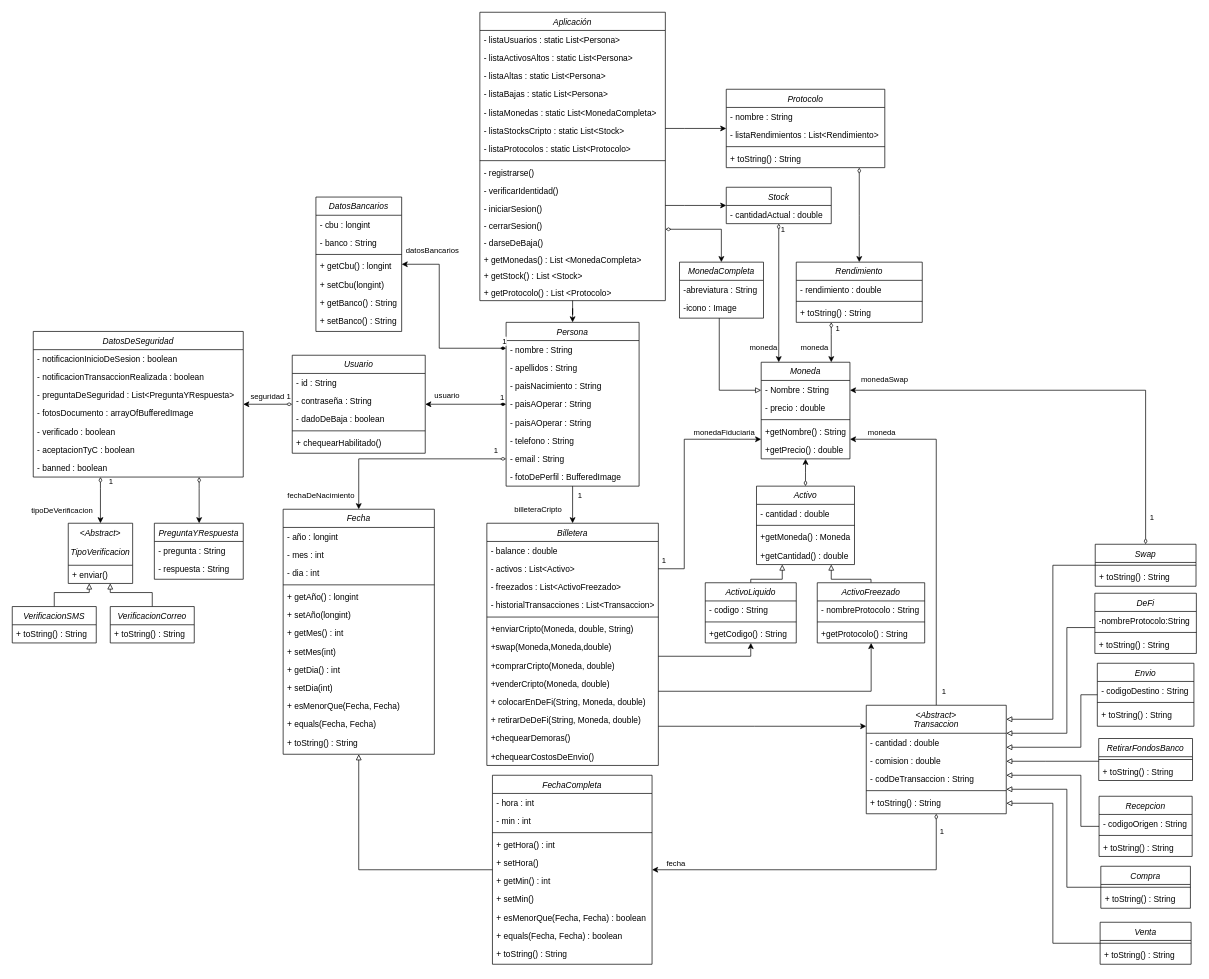
This is Diagrama.drawio from Faus142005/CriptoWallet, a draw.io file, before an edit. Source tidied: cells renumbered, new cells numbered last; positions are measured from the earlier drawing's top-left corner, leaving out a move shared by most shapes. Both pictures are drawn from the tidied source at 70%, with x=0, y=0 at pixel (12, 12).
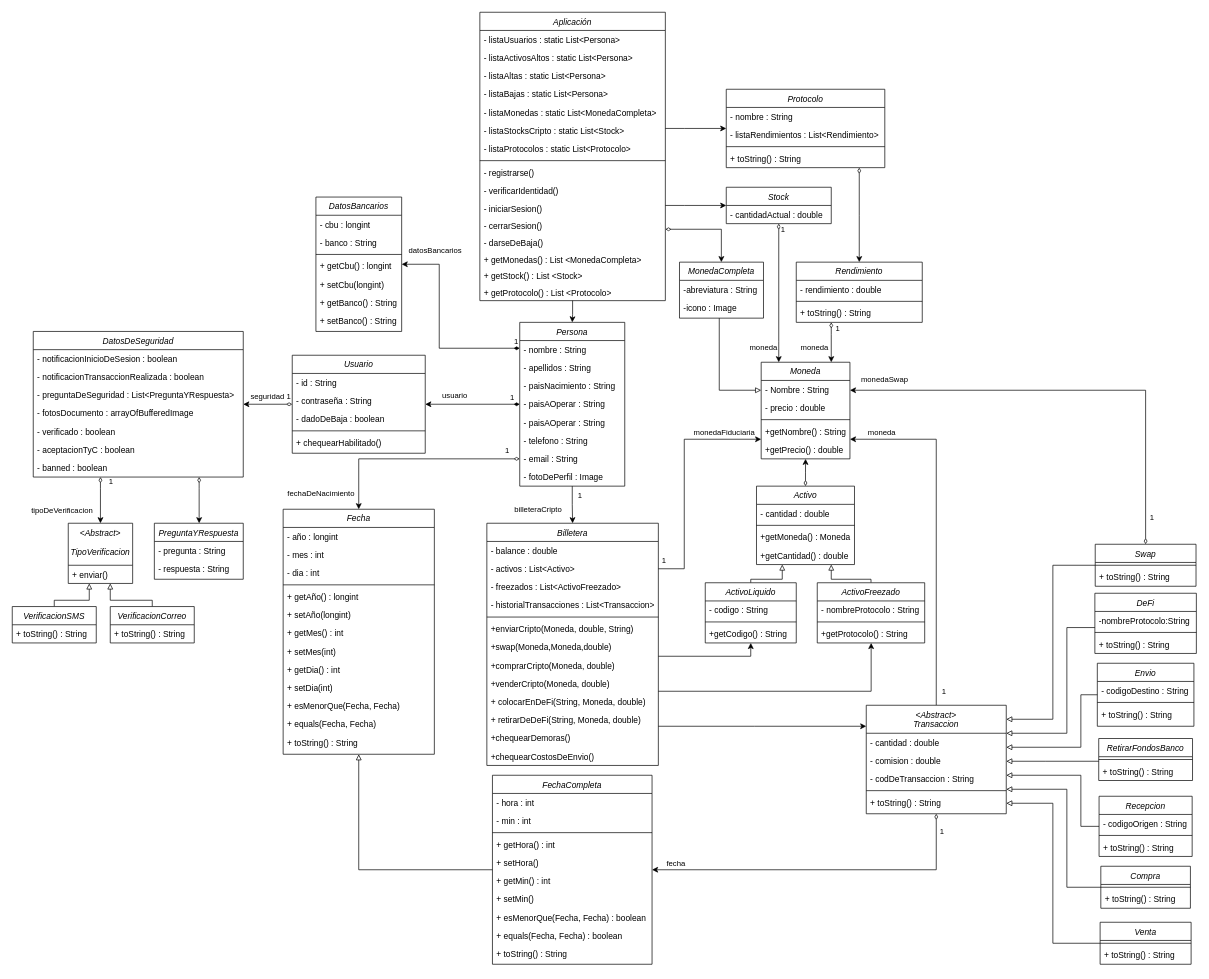
The same diagram, later.

The change refers to these unchanged cells:
```xml
<mxCell id="61" value="&lt;Abstract&gt;&#10;&#10;TipoVerificacion" style="swimlane;fontStyle=2;align=center;verticalAlign=top;horizontal=1;startSize=60;rounded=0;shadow=0;strokeWidth=1;fontSize=12;" parent="1" vertex="1">
  <mxGeometry x="80" y="730" width="92" height="86" as="geometry" />
</mxCell>
<mxCell id="64" value="VerificacionSMS" style="swimlane;fontStyle=2;align=center;verticalAlign=top;horizontal=1;startSize=26;rounded=0;shadow=0;strokeWidth=1;fontSize=12;" parent="1" vertex="1">
  <mxGeometry y="849" width="120" height="52" as="geometry" />
</mxCell>
<mxCell id="67" value="VerificacionCorreo" style="swimlane;fontStyle=2;align=center;verticalAlign=top;horizontal=1;startSize=26;rounded=0;shadow=0;strokeWidth=1;fontSize=12;labelBackgroundColor=default;" parent="1" vertex="1">
  <mxGeometry x="140" y="849" width="120" height="52" as="geometry" />
</mxCell>
```

The edit, as a diff of the source:
```diff
@@
     <mxCell id="29" value="Persona" style="swimlane;fontStyle=2;align=center;verticalAlign=top;horizontal=1;startSize=26;rounded=0;shadow=0;strokeWidth=1;fontSize=12;" parent="1" vertex="1">
-      <mxGeometry x="705.5" y="443" width="190" height="234" as="geometry" />
+      <mxGeometry x="725" y="443" width="150" height="234" as="geometry" />
     </mxCell>
     <mxCell id="30" value="- nombre : String" style="text;align=left;verticalAlign=top;spacingLeft=4;spacingRight=4;overflow=hidden;rounded=0;shadow=0;html=0;fontSize=12;" parent="29" vertex="1">
-      <mxGeometry y="26" width="190" height="26" as="geometry" />
+      <mxGeometry y="26" width="150" height="26" as="geometry" />
     </mxCell>
     <mxCell id="31" value="- apellidos : String" style="text;align=left;verticalAlign=top;spacingLeft=4;spacingRight=4;overflow=hidden;rounded=0;shadow=0;html=0;fontSize=12;" parent="29" vertex="1">
-      <mxGeometry y="52" width="190" height="26" as="geometry" />
+      <mxGeometry y="52" width="150" height="26" as="geometry" />
     </mxCell>
     <mxCell id="32" value="- paisNacimiento : String" style="text;align=left;verticalAlign=top;spacingLeft=4;spacingRight=4;overflow=hidden;rounded=0;shadow=0;html=0;fontSize=12;" parent="29" vertex="1">
-      <mxGeometry y="78" width="190" height="26" as="geometry" />
+      <mxGeometry y="78" width="150" height="26" as="geometry" />
     </mxCell>
     <mxCell id="33" value="- paisAOperar : String" style="text;align=left;verticalAlign=top;spacingLeft=4;spacingRight=4;overflow=hidden;rounded=0;shadow=0;html=0;fontSize=12;" parent="29" vertex="1">
-      <mxGeometry y="104" width="190" height="26" as="geometry" />
+      <mxGeometry y="104" width="150" height="26" as="geometry" />
     </mxCell>
     <mxCell id="34" value="- paisAOperar : String" style="text;align=left;verticalAlign=top;spacingLeft=4;spacingRight=4;overflow=hidden;rounded=0;shadow=0;html=0;fontSize=12;" parent="29" vertex="1">
-      <mxGeometry y="130" width="190" height="26" as="geometry" />
+      <mxGeometry y="130" width="150" height="26" as="geometry" />
     </mxCell>
     <mxCell id="35" value="- telefono : String" style="text;align=left;verticalAlign=top;spacingLeft=4;spacingRight=4;overflow=hidden;rounded=0;shadow=0;html=0;fontSize=12;" parent="29" vertex="1">
-      <mxGeometry y="156" width="190" height="26" as="geometry" />
+      <mxGeometry y="156" width="150" height="26" as="geometry" />
     </mxCell>
     <mxCell id="36" value="- email : String" style="text;align=left;verticalAlign=top;spacingLeft=4;spacingRight=4;overflow=hidden;points=[[0,0.5],[1,0.5]];portConstraint=eastwest;rounded=0;shadow=0;html=0;fontSize=12;" parent="29" vertex="1">
-      <mxGeometry y="182" width="190" height="26" as="geometry" />
+      <mxGeometry y="182" width="150" height="26" as="geometry" />
     </mxCell>
-    <mxCell id="37" value="- fotoDePerfil : BufferedImage" style="text;align=left;verticalAlign=top;spacingLeft=4;spacingRight=4;overflow=hidden;rounded=0;shadow=0;html=0;fontSize=12;" parent="29" vertex="1">
-      <mxGeometry y="208" width="190" height="26" as="geometry" />
+    <mxCell id="37" value="- fotoDePerfil : Image" style="text;align=left;verticalAlign=top;spacingLeft=4;spacingRight=4;overflow=hidden;rounded=0;shadow=0;html=0;fontSize=12;" parent="29" vertex="1">
+      <mxGeometry y="208" width="150" height="26" as="geometry" />
     </mxCell>
@@
     <mxCell id="63" style="edgeStyle=orthogonalEdgeStyle;rounded=0;jettySize=auto;html=1;endArrow=block;endFill=0;" parent="1" edge="1" source="64" target="61">
       <mxGeometry relative="1" as="geometry">
         <Array as="points">
-          <mxPoint x="60" y="829" />
-          <mxPoint x="110" y="829" />
+          <mxPoint x="60" y="840" />
+          <mxPoint x="110" y="840" />
         </Array>
       </mxGeometry>
     </mxCell>
@@
     <mxCell id="66" style="edgeStyle=orthogonalEdgeStyle;rounded=0;jettySize=auto;html=1;endArrow=block;endFill=0;" parent="1" edge="1" source="67" target="61">
       <mxGeometry relative="1" as="geometry">
         <Array as="points">
-          <mxPoint x="200" y="829" />
-          <mxPoint x="140" y="829" />
+          <mxPoint x="200" y="840" />
+          <mxPoint x="140" y="840" />
         </Array>
       </mxGeometry>
     </mxCell>
```
